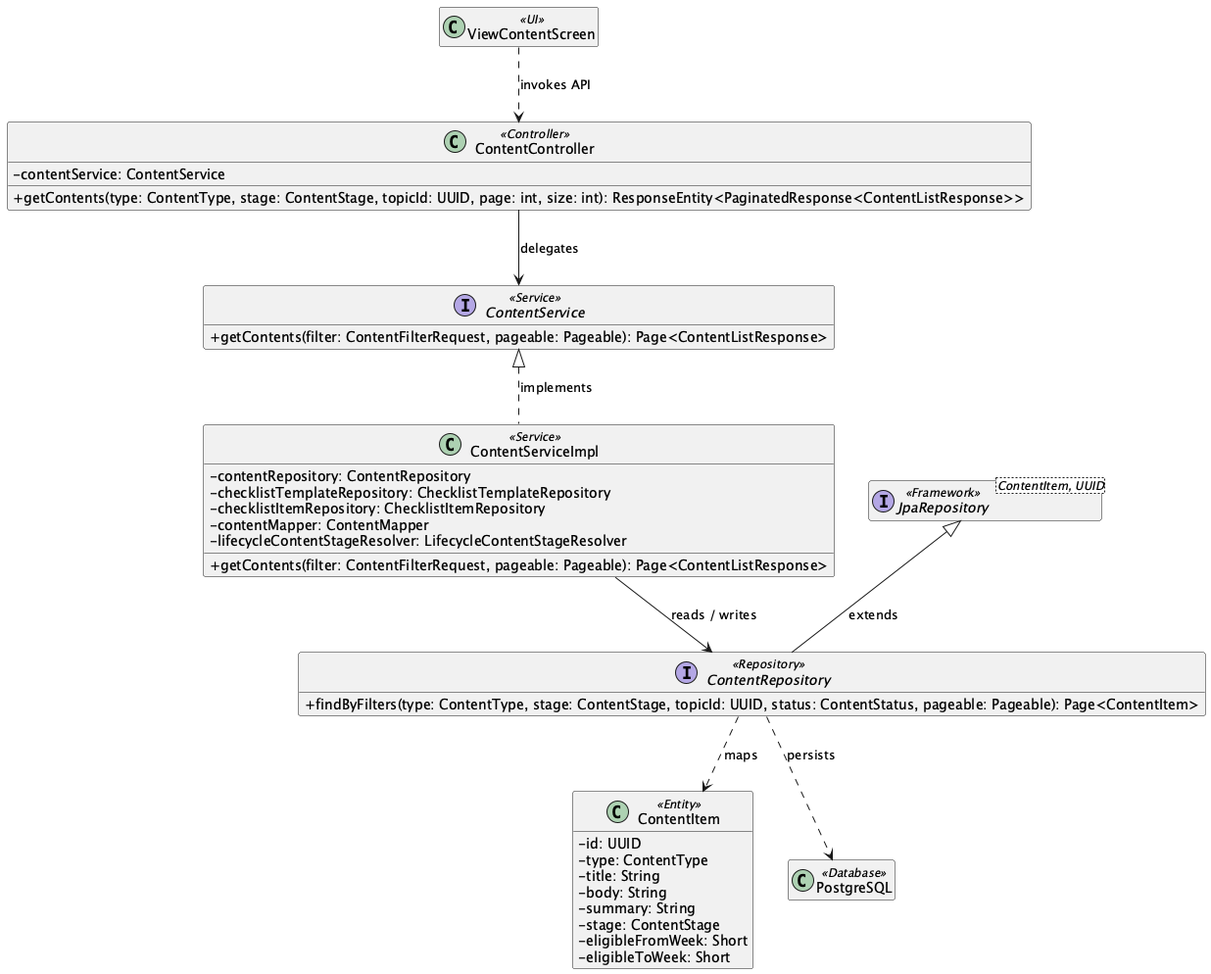
The PlantUML diagram 03_Design/Detailed_Design/MF09_Content_Hub/images/01_Verified_Content_Browse_and_Consumption_ClassDiagram.png in ChuongBDHE172784/CareBridge_SEP490_G79, before a commit. Source of this version:
```plantuml
@startuml
skinparam classAttributeIconSize 0
hide empty members

class "ViewContentScreen" as UIViewContentScreen <<UI>>
class "ContentController" as ControllerContentController <<Controller>> {
  - contentService: ContentService
  + getContents(type: ContentType, stage: ContentStage, topicId: UUID, page: int, size: int): ResponseEntity<PaginatedResponse<ContentListResponse>>
}
interface "ContentService" as ServiceContractContentService <<Service>> {
  + getContents(filter: ContentFilterRequest, pageable: Pageable): Page<ContentListResponse>
}
class "ContentServiceImpl" as ServiceContentServiceImpl <<Service>> {
  - contentRepository: ContentRepository
  - checklistTemplateRepository: ChecklistTemplateRepository
  - checklistItemRepository: ChecklistItemRepository
  - contentMapper: ContentMapper
  - lifecycleContentStageResolver: LifecycleContentStageResolver
  + getContents(filter: ContentFilterRequest, pageable: Pageable): Page<ContentListResponse>
}
ServiceContractContentService <|.. ServiceContentServiceImpl : implements
interface "ContentRepository" as RepositoryContentRepository <<Repository>> {
  + findByFilters(type: ContentType, stage: ContentStage, topicId: UUID, status: ContentStatus, pageable: Pageable): Page<ContentItem>
}
class "ContentItem" as EntityContentItem <<Entity>> {
  - id: UUID
  - type: ContentType
  - title: String
  - body: String
  - summary: String
  - stage: ContentStage
  - eligibleFromWeek: Short
  - eligibleToWeek: Short
}
interface "JpaRepository<ContentItem, UUID>" as RepositoryBaseContentRepository <<Framework>>
RepositoryBaseContentRepository <|-- RepositoryContentRepository : extends
class "PostgreSQL" as DB <<Database>>
UIViewContentScreen ..> ControllerContentController : invokes API
ControllerContentController --> ServiceContractContentService : delegates
ServiceContentServiceImpl --> RepositoryContentRepository : reads / writes
RepositoryContentRepository ..> EntityContentItem : maps
RepositoryContentRepository ..> DB : persists
@enduml
```
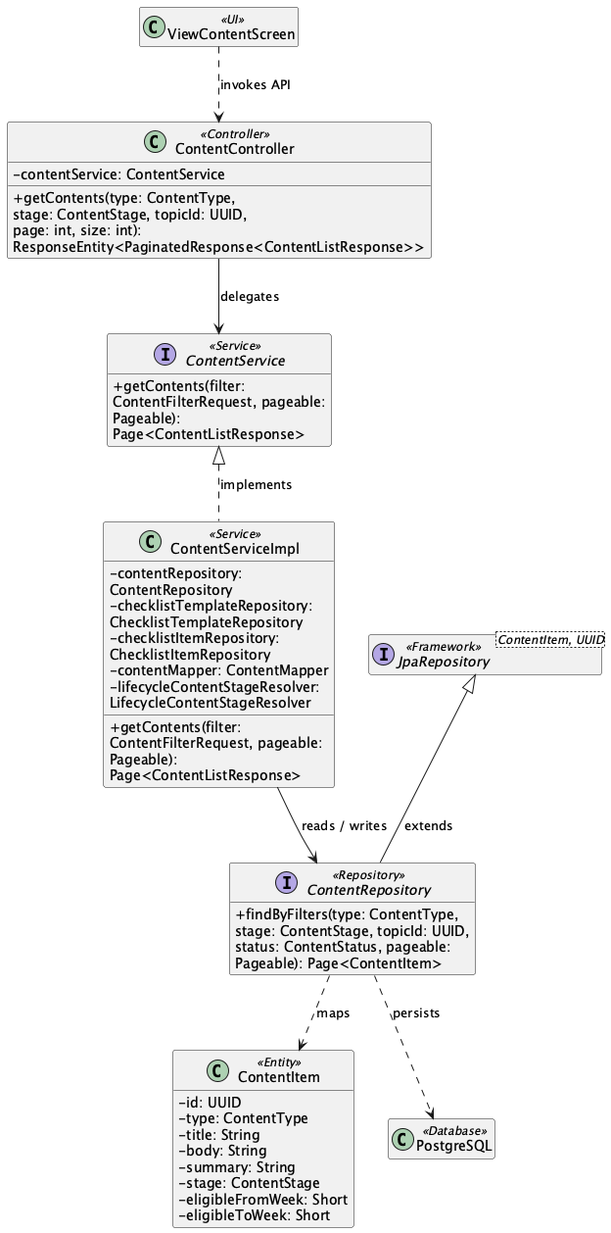
The same diagram one commit later.

Change to the diagram source:
```diff
@@ -1,5 +1,6 @@
-@startuml
+@startuml ClassDiagram_01VerifiedContentBrowseandConsumption
 skinparam classAttributeIconSize 0
+skinparam wrapWidth 250
 hide empty members
 
 class "ViewContentScreen" as UIViewContentScreen <<UI>>
```
